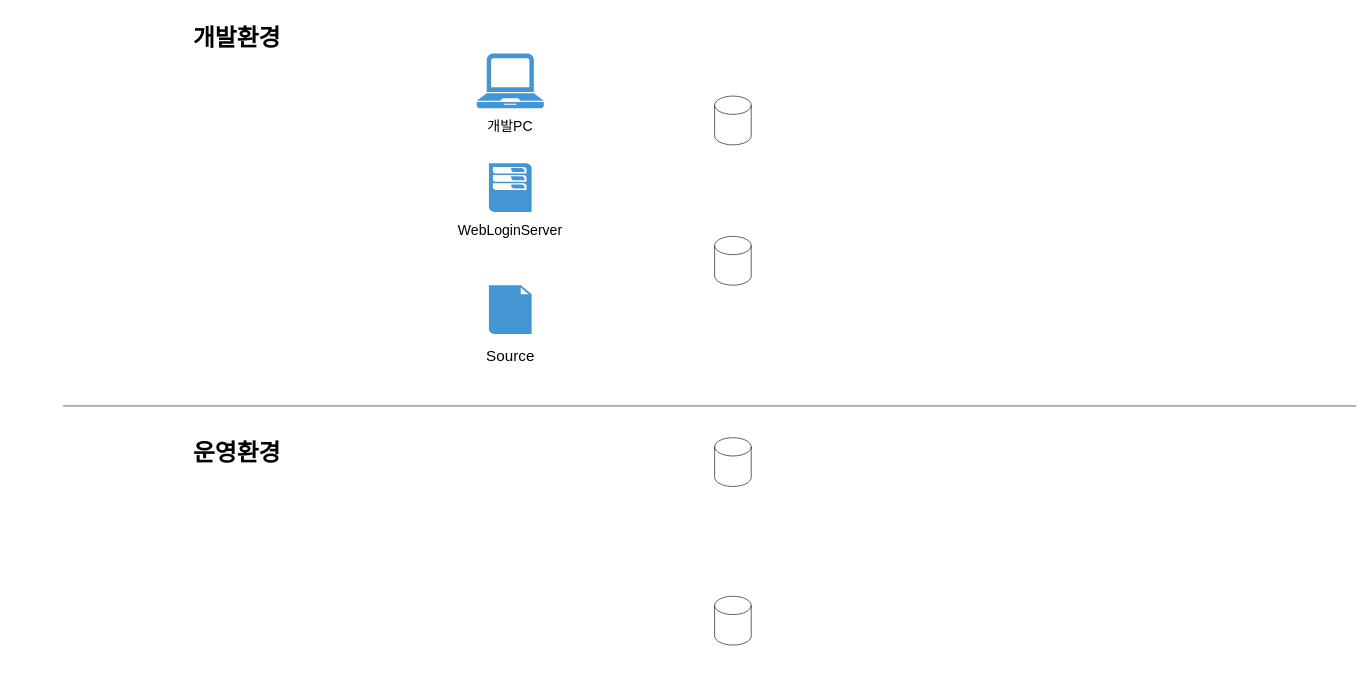
Earlier version of the draw.io diagram Untitled Diagram.drawio (jaeminLee524/web1). Source tidied: cells renumbered, new cells numbered last; positions are measured from the earlier drawing's top-left corner, leaving out a move shared by most shapes. Both pictures are drawn from the tidied source at 61%, with x=0, y=0 at pixel (63, 10).
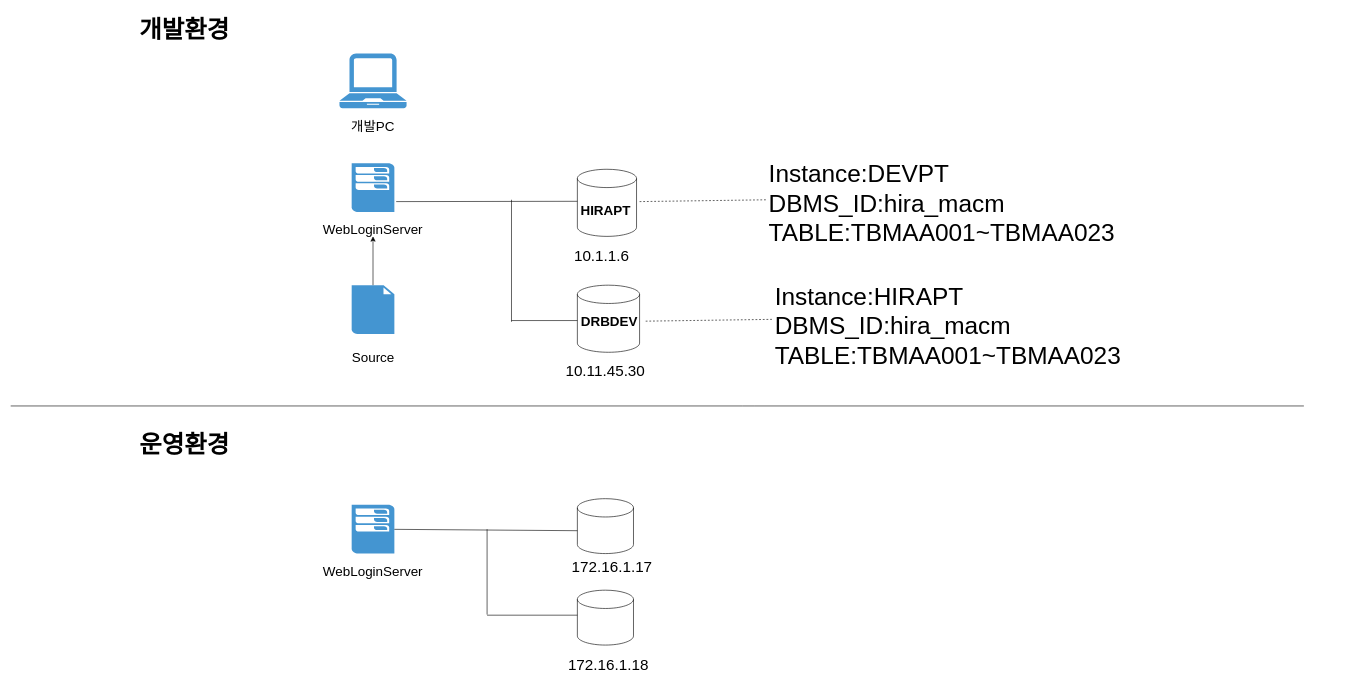
The same page after the edit.

Diff of the diagram source:
```diff
@@
-    <mxCell id="2" style="shape=cylinder3;whiteSpace=wrap;html=1;boundedLbl=1;backgroundOutline=1;size=15;" parent="1" vertex="1">
-      <mxGeometry x="1068" y="140" width="60" height="80" as="geometry" />
+    <mxCell id="2" style="shape=cylinder3;whiteSpace=wrap;html=1;boundedLbl=1;backgroundOutline=1;size=15;fontSize=22;spacing=2;verticalAlign=top;" parent="1" vertex="1">
+      <mxGeometry x="843" y="260" width="97" height="110" as="geometry" />
     </mxCell>
-    <mxCell id="3" style="shape=cylinder3;whiteSpace=wrap;html=1;boundedLbl=1;backgroundOutline=1;size=15;" parent="1" vertex="1">
-      <mxGeometry x="1068" y="370" width="60" height="80" as="geometry" />
+    <mxCell id="3" style="shape=cylinder3;whiteSpace=wrap;html=1;boundedLbl=1;backgroundOutline=1;size=15;fontSize=22;spacing=2;verticalAlign=top;" parent="1" vertex="1">
+      <mxGeometry x="843" y="450" width="102" height="110" as="geometry" />
     </mxCell>
-    <mxCell id="4" style="shape=cylinder3;whiteSpace=wrap;html=1;boundedLbl=1;backgroundOutline=1;size=15;" parent="1" vertex="1">
-      <mxGeometry x="1068" y="700" width="60" height="80" as="geometry" />
+    <mxCell id="4" style="shape=cylinder3;whiteSpace=wrap;html=1;boundedLbl=1;backgroundOutline=1;size=15;fontSize=22;spacing=2;verticalAlign=top;" parent="1" vertex="1">
+      <mxGeometry x="843" y="800" width="92" height="90" as="geometry" />
     </mxCell>
-    <mxCell id="5" style="shape=cylinder3;whiteSpace=wrap;html=1;boundedLbl=1;backgroundOutline=1;size=15;" parent="1" vertex="1">
-      <mxGeometry x="1068" y="960" width="60" height="80" as="geometry" />
+    <mxCell id="5" style="shape=cylinder3;whiteSpace=wrap;html=1;boundedLbl=1;backgroundOutline=1;size=15;fontSize=22;spacing=2;verticalAlign=top;" parent="1" vertex="1">
+      <mxGeometry x="843" y="950" width="92" height="90" as="geometry" />
     </mxCell>
-    <mxCell id="6" style="endArrow=none;html=1;" parent="1" edge="1">
+    <mxCell id="6" style="endArrow=none;html=1;fontSize=22;spacing=2;verticalAlign=top;" parent="1" edge="1">
       <mxGeometry relative="1" as="geometry">
-        <mxPoint y="648" as="sourcePoint" />
-        <mxPoint x="2120" y="648" as="targetPoint" />
+        <mxPoint x="-86" y="648" as="sourcePoint" />
+        <mxPoint x="2034" y="648" as="targetPoint" />
         <Array as="points">
-          <mxPoint x="1210" y="648" />
+          <mxPoint x="1124" y="648" />
         </Array>
       </mxGeometry>
     </mxCell>
-    <mxCell id="7" style="shadow=0;dashed=0;html=1;strokeColor=none;fillColor=#4495D1;labelPosition=center;verticalLabelPosition=bottom;verticalAlign=top;align=center;shape=mxgraph.veeam.laptop;" parent="1" vertex="1">
-      <mxGeometry x="678" y="70" width="110" height="90" as="geometry" />
+    <mxCell id="7" style="shadow=0;dashed=0;html=1;strokeColor=none;fillColor=#4495D1;labelPosition=center;verticalLabelPosition=bottom;verticalAlign=top;align=center;shape=mxgraph.veeam.laptop;fontSize=22;spacing=2;" parent="1" vertex="1">
+      <mxGeometry x="453" y="70" width="110" height="90" as="geometry" />
     </mxCell>
-    <mxCell id="8" style="shadow=0;dashed=0;html=1;strokeColor=none;fillColor=#4495D1;labelPosition=center;verticalLabelPosition=bottom;verticalAlign=top;align=center;shape=mxgraph.veeam.2d.esx_esxi;" parent="1" vertex="1">
-      <mxGeometry x="698" y="250" width="70" height="80" as="geometry" />
+    <mxCell id="8" style="shadow=0;dashed=0;html=1;strokeColor=none;fillColor=#4495D1;labelPosition=center;verticalLabelPosition=bottom;verticalAlign=top;align=center;shape=mxgraph.veeam.2d.esx_esxi;fontSize=22;spacing=2;" parent="1" vertex="1">
+      <mxGeometry x="473" y="250" width="70" height="80" as="geometry" />
     </mxCell>
-    <mxCell id="9" value="&lt;font style=&quot;font-size: 23px;&quot;&gt;개발PC&lt;/font&gt;" style="text;html=1;strokeColor=none;fillColor=none;align=center;verticalAlign=middle;whiteSpace=wrap;rounded=0;fontSize=23;" parent="1" vertex="1">
-      <mxGeometry x="688" y="170" width="90" height="40" as="geometry" />
+    <mxCell id="9" value="&lt;font style=&quot;font-size: 22px;&quot;&gt;개발PC&lt;/font&gt;" style="text;html=1;strokeColor=none;fillColor=none;align=center;verticalAlign=top;whiteSpace=wrap;rounded=0;fontSize=22;spacing=2;" parent="1" vertex="1">
+      <mxGeometry x="463" y="170" width="90" height="40" as="geometry" />
     </mxCell>
-    <mxCell id="10" value="WebLoginServer" style="text;html=1;strokeColor=none;fillColor=none;align=center;verticalAlign=middle;whiteSpace=wrap;rounded=0;fontSize=23;" parent="1" vertex="1">
-      <mxGeometry x="633" y="340" width="200" height="40" as="geometry" />
+    <mxCell id="10" value="WebLoginServer" style="text;html=1;strokeColor=none;fillColor=none;align=center;verticalAlign=top;whiteSpace=wrap;rounded=0;fontSize=22;spacing=2;" parent="1" vertex="1">
+      <mxGeometry x="408" y="340" width="200" height="40" as="geometry" />
     </mxCell>
-    <mxCell id="11" style="shadow=0;dashed=0;html=1;strokeColor=none;fillColor=#4495D1;labelPosition=center;verticalLabelPosition=bottom;verticalAlign=top;align=center;outlineConnect=0;shape=mxgraph.veeam.2d.file;fontSize=23;" parent="1" vertex="1">
-      <mxGeometry x="698" y="450" width="70" height="80" as="geometry" />
+    <mxCell id="11" style="shadow=0;dashed=0;html=1;strokeColor=none;fillColor=#4495D1;labelPosition=center;verticalLabelPosition=bottom;verticalAlign=top;align=center;outlineConnect=0;shape=mxgraph.veeam.2d.file;fontSize=22;spacing=2;" parent="1" vertex="1">
+      <mxGeometry x="473" y="450" width="70" height="80" as="geometry" />
     </mxCell>
-    <mxCell id="12" value="Source" style="text;html=1;strokeColor=none;fillColor=none;align=center;verticalAlign=middle;whiteSpace=wrap;rounded=0;fontSize=25;" parent="1" vertex="1">
-      <mxGeometry x="689.8" y="550" width="86.5" height="30" as="geometry" />
+    <mxCell id="12" value="Source" style="text;html=1;strokeColor=none;fillColor=none;align=center;verticalAlign=top;whiteSpace=wrap;rounded=0;fontSize=22;spacing=2;" parent="1" vertex="1">
+      <mxGeometry x="464.8" y="550" width="86.5" height="30" as="geometry" />
     </mxCell>
-    <mxCell id="13" value="&lt;font style=&quot;font-size: 39px&quot;&gt;개발환경&lt;/font&gt;" style="text;html=1;strokeColor=none;fillColor=none;align=center;verticalAlign=middle;whiteSpace=wrap;rounded=0;fontSize=39;fontStyle=1;" parent="1" vertex="1">
-      <mxGeometry x="180" width="210" height="90" as="geometry" />
+    <mxCell id="13" value="&lt;font style=&quot;font-size: 40px;&quot;&gt;개발환경&lt;/font&gt;" style="text;html=1;strokeColor=none;fillColor=none;align=center;verticalAlign=top;whiteSpace=wrap;rounded=0;fontSize=40;fontStyle=1;spacing=2;" parent="1" vertex="1">
+      <mxGeometry x="94" width="210" height="60" as="geometry" />
     </mxCell>
-    <mxCell id="14" value="&lt;font style=&quot;font-size: 39px&quot;&gt;운영환경&lt;/font&gt;" style="text;html=1;strokeColor=none;fillColor=none;align=center;verticalAlign=middle;whiteSpace=wrap;rounded=0;fontSize=39;fontStyle=1;" parent="1" vertex="1">
-      <mxGeometry x="180" y="680" width="210" height="90" as="geometry" />
+    <mxCell id="14" value="&lt;font style=&quot;font-size: 40px;&quot;&gt;운영환경&lt;/font&gt;" style="text;html=1;strokeColor=none;fillColor=none;align=center;verticalAlign=top;whiteSpace=wrap;rounded=0;fontSize=40;fontStyle=1;spacing=2;" parent="1" vertex="1">
+      <mxGeometry x="94" y="680" width="210" height="60" as="geometry" />
     </mxCell>
+    <mxCell id="15" style="shadow=0;dashed=0;html=1;strokeColor=none;fillColor=#4495D1;labelPosition=center;verticalLabelPosition=bottom;verticalAlign=top;align=center;outlineConnect=0;shape=mxgraph.veeam.2d.esx_esxi;fontSize=22;spacing=2;" parent="1" vertex="1">
+      <mxGeometry x="473" y="810" width="70" height="80" as="geometry" />
+    </mxCell>
+    <mxCell id="16" value="WebLoginServer" style="text;html=1;strokeColor=none;fillColor=none;align=center;verticalAlign=top;whiteSpace=wrap;rounded=0;fontSize=22;spacing=2;" parent="1" vertex="1">
+      <mxGeometry x="408" y="900" width="200" height="40" as="geometry" />
+    </mxCell>
+    <mxCell id="17" style="endArrow=classic;html=1;fontSize=22;spacing=2;verticalAlign=top;" parent="1" edge="1" source="11">
+      <mxGeometry relative="1" as="geometry">
+        <mxPoint x="508" y="370" as="targetPoint" />
+      </mxGeometry>
+    </mxCell>
+    <mxCell id="18" style="endArrow=none;html=1;fontSize=22;entryX=0;entryY=0;entryDx=0;entryDy=52.5;entryPerimeter=0;spacing=2;verticalAlign=top;" parent="1" edge="1" source="15" target="4">
+      <mxGeometry relative="1" as="geometry" />
+    </mxCell>
+    <mxCell id="19" style="endArrow=none;html=1;fontSize=22;spacing=2;verticalAlign=top;" parent="1" edge="1">
+      <mxGeometry relative="1" as="geometry">
+        <mxPoint x="695" y="990" as="sourcePoint" />
+        <mxPoint x="695" y="850" as="targetPoint" />
+      </mxGeometry>
+    </mxCell>
+    <mxCell id="20" style="endArrow=none;html=1;fontSize=22;exitX=0;exitY=0;exitDx=0;exitDy=52.5;exitPerimeter=0;spacing=2;verticalAlign=top;" parent="1" edge="1">
+      <mxGeometry relative="1" as="geometry">
+        <mxPoint x="843" y="991" as="sourcePoint" />
+        <mxPoint x="695" y="991" as="targetPoint" />
+      </mxGeometry>
+    </mxCell>
+    <mxCell id="21" style="endArrow=none;html=1;fontSize=22;entryX=0;entryY=0;entryDx=0;entryDy=52.5;entryPerimeter=0;spacing=2;verticalAlign=top;" parent="1" edge="1" target="2">
+      <mxGeometry relative="1" as="geometry">
+        <mxPoint x="546" y="313" as="sourcePoint" />
+      </mxGeometry>
+    </mxCell>
+    <mxCell id="22" style="endArrow=none;html=1;fontSize=22;spacing=2;verticalAlign=top;" parent="1" edge="1">
+      <mxGeometry relative="1" as="geometry">
+        <mxPoint x="735" y="510" as="sourcePoint" />
+        <mxPoint x="735" y="310" as="targetPoint" />
+      </mxGeometry>
+    </mxCell>
+    <mxCell id="23" style="endArrow=none;html=1;fontSize=22;entryX=0;entryY=0.5;entryDx=0;entryDy=0;entryPerimeter=0;spacing=2;verticalAlign=top;" parent="1" edge="1">
+      <mxGeometry relative="1" as="geometry">
+        <mxPoint x="735" y="508" as="sourcePoint" />
+        <mxPoint x="843" y="508" as="targetPoint" />
+      </mxGeometry>
+    </mxCell>
+    <mxCell id="24" value="HIRAPT" style="text;strokeColor=none;fillColor=none;html=1;fontSize=22;fontStyle=1;verticalAlign=top;align=center;spacing=2;" parent="1" vertex="1">
+      <mxGeometry x="839" y="308" width="100" height="40" as="geometry" />
+    </mxCell>
+    <mxCell id="25" value="DRBDEV" style="text;strokeColor=none;fillColor=none;html=1;fontSize=22;fontStyle=1;verticalAlign=top;align=center;spacing=2;" parent="1" vertex="1">
+      <mxGeometry x="845" y="491" width="100" height="40" as="geometry" />
+    </mxCell>
+    <mxCell id="26" value="172.16.1.17" style="text;html=1;strokeColor=none;fillColor=none;align=center;verticalAlign=top;whiteSpace=wrap;rounded=0;fontSize=25;spacing=2;" parent="1" vertex="1">
+      <mxGeometry x="800" y="890" width="200" height="40" as="geometry" />
+    </mxCell>
+    <mxCell id="27" value="172.16.1.18" style="text;html=1;strokeColor=none;fillColor=none;align=center;verticalAlign=top;whiteSpace=wrap;rounded=0;fontSize=25;spacing=2;" parent="1" vertex="1">
+      <mxGeometry x="794" y="1050" width="200" height="40" as="geometry" />
+    </mxCell>
+    <mxCell id="28" value="Instance:DEVPT&lt;br&gt;DBMS_ID:hira_macm&lt;br&gt;TABLE:TBMAA001~TBMAA023&lt;br&gt;" style="text;html=1;strokeColor=none;fillColor=none;align=left;verticalAlign=middle;whiteSpace=wrap;rounded=0;fontSize=40;" parent="1" vertex="1">
+      <mxGeometry x="1155" y="229.5" width="570" height="171" as="geometry" />
+    </mxCell>
+    <mxCell id="29" style="endArrow=none;dashed=1;html=1;fontSize=40;entryX=0;entryY=0.5;entryDx=0;entryDy=0;exitX=1;exitY=0.25;exitDx=0;exitDy=0;" parent="1" edge="1">
+      <mxGeometry relative="1" as="geometry">
+        <mxPoint x="945" y="313" as="sourcePoint" />
+        <mxPoint x="1155" y="310" as="targetPoint" />
+      </mxGeometry>
+    </mxCell>
+    <mxCell id="30" value="&lt;br&gt;Instance:HIRAPT&lt;br&gt;DBMS_ID:hira_macm&lt;br&gt;TABLE:TBMAA001~TBMAA023&lt;br&gt;" style="text;html=1;strokeColor=none;fillColor=none;align=left;verticalAlign=middle;whiteSpace=wrap;rounded=0;fontSize=40;" parent="1" vertex="1">
+      <mxGeometry x="1165" y="406.5" width="580" height="171" as="geometry" />
+    </mxCell>
+    <mxCell id="31" style="endArrow=none;dashed=1;html=1;fontSize=40;entryX=0;entryY=0.5;entryDx=0;entryDy=0;exitX=1;exitY=0.25;exitDx=0;exitDy=0;" parent="1" edge="1">
+      <mxGeometry relative="1" as="geometry">
+        <mxPoint x="955" y="509" as="sourcePoint" />
+        <mxPoint x="1165" y="506" as="targetPoint" />
+      </mxGeometry>
+    </mxCell>
+    <mxCell id="32" value="10.1.1.6" style="text;html=1;strokeColor=none;fillColor=none;align=center;verticalAlign=top;whiteSpace=wrap;rounded=0;fontSize=25;spacing=2;" parent="1" vertex="1">
+      <mxGeometry x="783" y="380" width="200" height="40" as="geometry" />
+    </mxCell>
+    <mxCell id="33" value="10.11.45.30" style="text;html=1;strokeColor=none;fillColor=none;align=center;verticalAlign=top;whiteSpace=wrap;rounded=0;fontSize=25;spacing=2;" parent="1" vertex="1">
+      <mxGeometry x="789" y="569" width="200" height="40" as="geometry" />
+    </mxCell>
```
